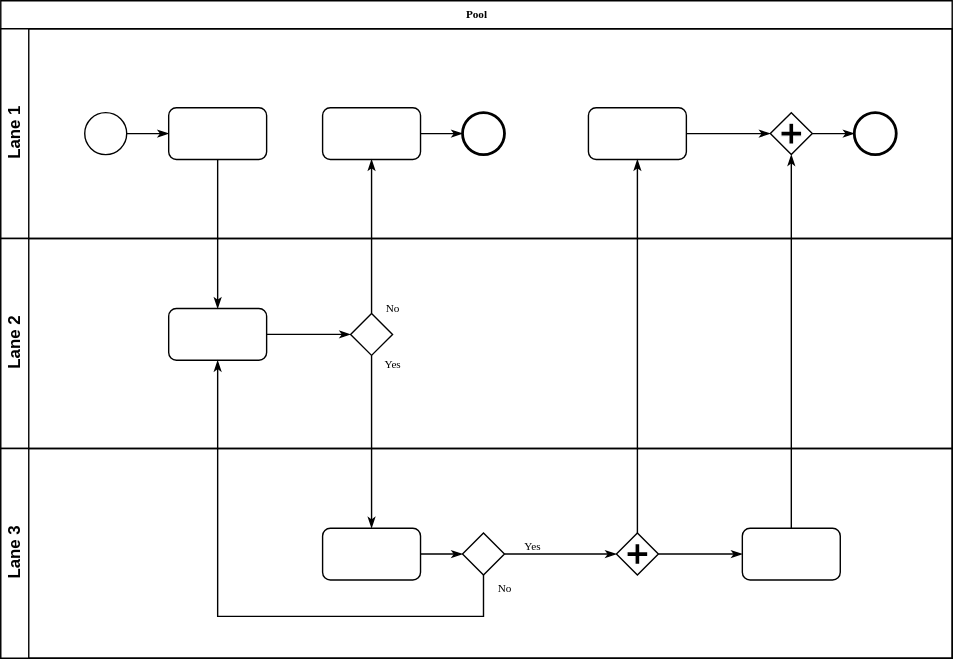
This is chart.drawio.svg from szokrika/chart, a draw.io export, as it was before one commit. Source tidied: cells renumbered, new cells last; positions are measured from the earlier drawing's top-left corner, leaving out a move shared by most shapes. The source it was exported from:
```xml
<mxGraphModel>
  <root>
    <mxCell id="0" />
    <mxCell id="1" parent="0" />
    <mxCell id="2" value="Pool" style="swimlane;html=1;horizontal=1;startSize=20;rounded=0;shadow=0;labelBackgroundColor=none;strokeWidth=1;fontFamily=Verdana;fontSize=8;align=center;" parent="1" vertex="1">
      <mxGeometry width="680" height="470" as="geometry" />
    </mxCell>
    <mxCell id="3" value="Lane 1" style="swimlane;html=1;startSize=20;horizontal=0;" parent="2" vertex="1">
      <mxGeometry y="20" width="680" height="150" as="geometry" />
    </mxCell>
    <mxCell id="4" style="edgeStyle=orthogonalEdgeStyle;rounded=0;html=1;labelBackgroundColor=none;startArrow=none;startFill=0;startSize=5;endArrow=classicThin;endFill=1;endSize=5;jettySize=auto;strokeWidth=1;fontFamily=Verdana;fontSize=8;" parent="3" edge="1" source="5" target="6">
      <mxGeometry relative="1" as="geometry" />
    </mxCell>
    <mxCell id="5" style="ellipse;whiteSpace=wrap;html=1;rounded=0;shadow=0;labelBackgroundColor=none;strokeWidth=1;fontFamily=Verdana;fontSize=8;align=center;" parent="3" vertex="1">
      <mxGeometry x="60" y="60" width="30" height="30" as="geometry" />
    </mxCell>
    <mxCell id="6" style="rounded=1;whiteSpace=wrap;html=1;shadow=0;labelBackgroundColor=none;strokeWidth=1;fontFamily=Verdana;fontSize=8;align=center;" parent="3" vertex="1">
      <mxGeometry x="120" y="56.5" width="70" height="37" as="geometry" />
    </mxCell>
    <mxCell id="7" style="edgeStyle=orthogonalEdgeStyle;rounded=0;html=1;labelBackgroundColor=none;startArrow=none;startFill=0;startSize=5;endArrow=classicThin;endFill=1;endSize=5;jettySize=auto;strokeWidth=1;fontFamily=Verdana;fontSize=8;" parent="3" edge="1" source="8" target="9">
      <mxGeometry relative="1" as="geometry" />
    </mxCell>
    <mxCell id="8" style="rounded=1;whiteSpace=wrap;html=1;shadow=0;labelBackgroundColor=none;strokeWidth=1;fontFamily=Verdana;fontSize=8;align=center;" parent="3" vertex="1">
      <mxGeometry x="230" y="56.5" width="70" height="37" as="geometry" />
    </mxCell>
    <mxCell id="9" style="ellipse;whiteSpace=wrap;html=1;rounded=0;shadow=0;labelBackgroundColor=none;strokeWidth=2;fontFamily=Verdana;fontSize=8;align=center;" parent="3" vertex="1">
      <mxGeometry x="330" y="60" width="30" height="30" as="geometry" />
    </mxCell>
    <mxCell id="10" style="edgeStyle=orthogonalEdgeStyle;rounded=0;html=1;entryX=0;entryY=0.5;labelBackgroundColor=none;startArrow=none;startFill=0;startSize=5;endArrow=classicThin;endFill=1;endSize=5;jettySize=auto;strokeWidth=1;fontFamily=Verdana;fontSize=8;" parent="3" edge="1" source="11" target="13">
      <mxGeometry relative="1" as="geometry" />
    </mxCell>
    <mxCell id="11" style="rounded=1;whiteSpace=wrap;html=1;shadow=0;labelBackgroundColor=none;strokeWidth=1;fontFamily=Verdana;fontSize=8;align=center;" parent="3" vertex="1">
      <mxGeometry x="420" y="56.5" width="70" height="37" as="geometry" />
    </mxCell>
    <mxCell id="12" style="edgeStyle=orthogonalEdgeStyle;rounded=0;html=1;labelBackgroundColor=none;startArrow=none;startFill=0;startSize=5;endArrow=classicThin;endFill=1;endSize=5;jettySize=auto;strokeWidth=1;fontFamily=Verdana;fontSize=8;" parent="3" edge="1" source="13" target="14">
      <mxGeometry relative="1" as="geometry" />
    </mxCell>
    <mxCell id="13" style="shape=mxgraph.bpmn.shape;html=1;verticalLabelPosition=bottom;labelBackgroundColor=#ffffff;verticalAlign=top;perimeter=rhombusPerimeter;background=gateway;outline=none;symbol=parallelGw;rounded=1;shadow=0;strokeWidth=1;fontFamily=Verdana;fontSize=8;align=center;" parent="3" vertex="1">
      <mxGeometry x="550" y="60" width="30" height="30" as="geometry" />
    </mxCell>
    <mxCell id="14" style="ellipse;whiteSpace=wrap;html=1;rounded=0;shadow=0;labelBackgroundColor=none;strokeWidth=2;fontFamily=Verdana;fontSize=8;align=center;" parent="3" vertex="1">
      <mxGeometry x="610" y="60" width="30" height="30" as="geometry" />
    </mxCell>
    <mxCell id="15" value="Lane 2" style="swimlane;html=1;startSize=20;horizontal=0;" parent="2" vertex="1">
      <mxGeometry y="170" width="680" height="150" as="geometry" />
    </mxCell>
    <mxCell id="16" style="edgeStyle=orthogonalEdgeStyle;rounded=0;html=1;labelBackgroundColor=none;startArrow=none;startFill=0;startSize=5;endArrow=classicThin;endFill=1;endSize=5;jettySize=auto;strokeWidth=1;fontFamily=Verdana;fontSize=8;" parent="15" edge="1" source="17" target="18">
      <mxGeometry relative="1" as="geometry" />
    </mxCell>
    <mxCell id="17" style="rounded=1;whiteSpace=wrap;html=1;shadow=0;labelBackgroundColor=none;strokeWidth=1;fontFamily=Verdana;fontSize=8;align=center;" parent="15" vertex="1">
      <mxGeometry x="120" y="50" width="70" height="37" as="geometry" />
    </mxCell>
    <mxCell id="18" style="strokeWidth=1;html=1;shape=mxgraph.flowchart.decision;whiteSpace=wrap;rounded=1;shadow=0;labelBackgroundColor=none;fontFamily=Verdana;fontSize=8;align=center;" parent="15" vertex="1">
      <mxGeometry x="250" y="53.5" width="30" height="30" as="geometry" />
    </mxCell>
    <mxCell id="19" value="Lane 3" style="swimlane;html=1;startSize=20;horizontal=0;" parent="2" vertex="1">
      <mxGeometry y="320" width="680" height="150" as="geometry" />
    </mxCell>
    <mxCell id="20" style="edgeStyle=orthogonalEdgeStyle;rounded=0;html=1;labelBackgroundColor=none;startArrow=none;startFill=0;startSize=5;endArrow=classicThin;endFill=1;endSize=5;jettySize=auto;strokeWidth=1;fontFamily=Verdana;fontSize=8;" parent="19" edge="1" source="21" target="23">
      <mxGeometry relative="1" as="geometry" />
    </mxCell>
    <mxCell id="21" style="rounded=1;whiteSpace=wrap;html=1;shadow=0;labelBackgroundColor=none;strokeWidth=1;fontFamily=Verdana;fontSize=8;align=center;" parent="19" vertex="1">
      <mxGeometry x="230" y="57" width="70" height="37" as="geometry" />
    </mxCell>
    <mxCell id="22" value="Yes" style="edgeStyle=orthogonalEdgeStyle;rounded=0;html=1;entryX=0;entryY=0.5;labelBackgroundColor=none;startArrow=none;startFill=0;startSize=5;endArrow=classicThin;endFill=1;endSize=5;jettySize=auto;strokeWidth=1;fontFamily=Verdana;fontSize=8;" parent="19" edge="1" source="23" target="25">
      <mxGeometry x="-0.5" y="6" relative="1" as="geometry" />
    </mxCell>
    <mxCell id="23" style="strokeWidth=1;html=1;shape=mxgraph.flowchart.decision;whiteSpace=wrap;rounded=1;shadow=0;labelBackgroundColor=none;fontFamily=Verdana;fontSize=8;align=center;" parent="19" vertex="1">
      <mxGeometry x="330" y="60.5" width="30" height="30" as="geometry" />
    </mxCell>
    <mxCell id="24" style="edgeStyle=orthogonalEdgeStyle;rounded=0;html=1;labelBackgroundColor=none;startArrow=none;startFill=0;startSize=5;endArrow=classicThin;endFill=1;endSize=5;jettySize=auto;strokeColor=#000000;strokeWidth=1;fontFamily=Verdana;fontSize=8;fontColor=#000000;" parent="19" edge="1" source="25" target="26">
      <mxGeometry relative="1" as="geometry" />
    </mxCell>
    <mxCell id="25" style="shape=mxgraph.bpmn.shape;html=1;verticalLabelPosition=bottom;labelBackgroundColor=#ffffff;verticalAlign=top;perimeter=rhombusPerimeter;background=gateway;outline=none;symbol=parallelGw;rounded=1;shadow=0;strokeWidth=1;fontFamily=Verdana;fontSize=8;align=center;" parent="19" vertex="1">
      <mxGeometry x="440" y="60.5" width="30" height="30" as="geometry" />
    </mxCell>
    <mxCell id="26" style="rounded=1;whiteSpace=wrap;html=1;shadow=0;labelBackgroundColor=none;strokeWidth=1;fontFamily=Verdana;fontSize=8;align=center;" parent="19" vertex="1">
      <mxGeometry x="530" y="57" width="70" height="37" as="geometry" />
    </mxCell>
    <mxCell id="27" style="edgeStyle=orthogonalEdgeStyle;rounded=0;html=1;labelBackgroundColor=none;startArrow=none;startFill=0;startSize=5;endArrow=classicThin;endFill=1;endSize=5;jettySize=auto;strokeWidth=1;fontFamily=Verdana;fontSize=8;" parent="2" edge="1" source="6" target="17">
      <mxGeometry relative="1" as="geometry" />
    </mxCell>
    <mxCell id="28" value="No" style="edgeStyle=orthogonalEdgeStyle;rounded=0;html=1;labelBackgroundColor=none;startArrow=none;startFill=0;startSize=5;endArrow=classicThin;endFill=1;endSize=5;jettySize=auto;strokeWidth=1;fontFamily=Verdana;fontSize=8;" parent="2" edge="1" source="18" target="8">
      <mxGeometry x="-0.94" y="-15" relative="1" as="geometry" />
    </mxCell>
    <mxCell id="29" value="Yes" style="edgeStyle=orthogonalEdgeStyle;rounded=0;html=1;labelBackgroundColor=none;startArrow=none;startFill=0;startSize=5;endArrow=classicThin;endFill=1;endSize=5;jettySize=auto;strokeWidth=1;fontFamily=Verdana;fontSize=8;" parent="2" edge="1" source="18" target="21">
      <mxGeometry x="-0.89" y="15" relative="1" as="geometry" />
    </mxCell>
    <mxCell id="30" style="edgeStyle=orthogonalEdgeStyle;rounded=0;html=1;entryX=0.5;entryY=1;labelBackgroundColor=none;startArrow=none;startFill=0;startSize=5;endArrow=classicThin;endFill=1;endSize=5;jettySize=auto;strokeWidth=1;fontFamily=Verdana;fontSize=8;" parent="2" edge="1" source="26" target="13">
      <mxGeometry relative="1" as="geometry" />
    </mxCell>
    <mxCell id="31" value="No" style="edgeStyle=orthogonalEdgeStyle;rounded=0;html=1;labelBackgroundColor=none;startArrow=none;startFill=0;startSize=5;endArrow=classicThin;endFill=1;endSize=5;jettySize=auto;strokeWidth=1;fontFamily=Verdana;fontSize=8;" parent="2" edge="1" source="23" target="17">
      <mxGeometry x="-0.95" y="15" relative="1" as="geometry">
        <Array as="points">
          <mxPoint x="345" y="440" />
          <mxPoint x="155" y="440" />
        </Array>
      </mxGeometry>
    </mxCell>
    <mxCell id="32" style="edgeStyle=orthogonalEdgeStyle;rounded=0;html=1;labelBackgroundColor=none;startArrow=none;startFill=0;startSize=5;endArrow=classicThin;endFill=1;endSize=5;jettySize=auto;strokeWidth=1;fontFamily=Verdana;fontSize=8;" parent="2" edge="1" source="25" target="11">
      <mxGeometry relative="1" as="geometry" />
    </mxCell>
  </root>
</mxGraphModel>
```
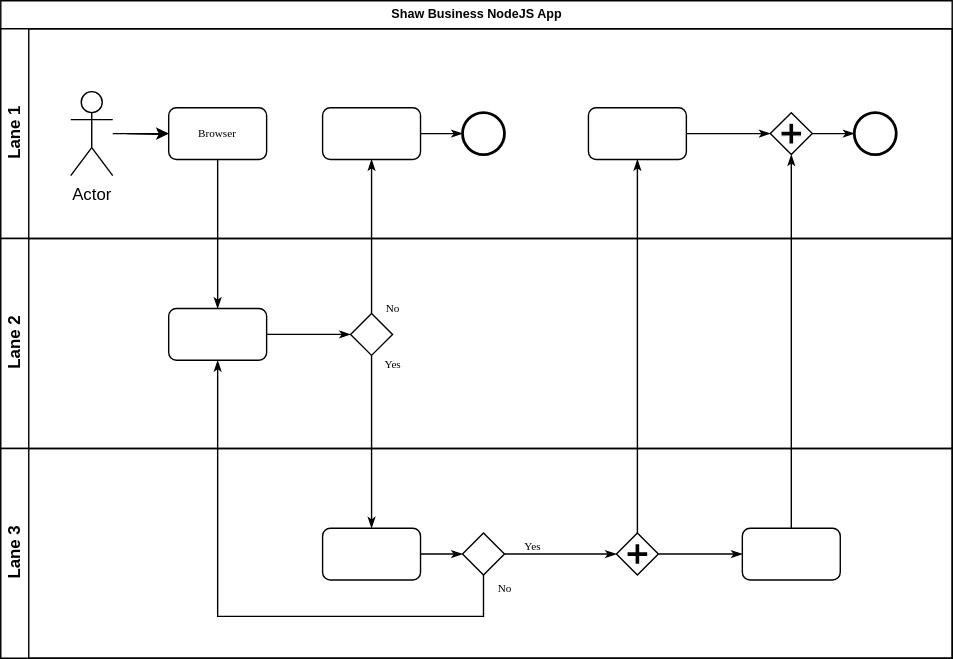
After the change.

The edit, as a diff of the source:
```diff
@@ -2,19 +2,18 @@
   <root>
     <mxCell id="0" />
     <mxCell id="1" parent="0" />
-    <mxCell id="2" value="Pool" style="swimlane;html=1;horizontal=1;startSize=20;rounded=0;shadow=0;labelBackgroundColor=none;strokeWidth=1;fontFamily=Verdana;fontSize=8;align=center;" parent="1" vertex="1">
+    <mxCell id="2" value="&lt;font style=&quot;font-size: 9px;&quot; face=&quot;Helvetica&quot;&gt;Shaw Business NodeJS App&lt;/font&gt;" style="swimlane;html=1;horizontal=1;startSize=20;rounded=0;shadow=0;labelBackgroundColor=none;strokeWidth=1;fontFamily=Verdana;fontSize=8;align=center;" parent="1" vertex="1">
       <mxGeometry width="680" height="470" as="geometry" />
     </mxCell>
     <mxCell id="3" value="Lane 1" style="swimlane;html=1;startSize=20;horizontal=0;" parent="2" vertex="1">
       <mxGeometry y="20" width="680" height="150" as="geometry" />
     </mxCell>
-    <mxCell id="4" style="edgeStyle=orthogonalEdgeStyle;rounded=0;html=1;labelBackgroundColor=none;startArrow=none;startFill=0;startSize=5;endArrow=classicThin;endFill=1;endSize=5;jettySize=auto;strokeWidth=1;fontFamily=Verdana;fontSize=8;" parent="3" edge="1" source="5" target="6">
-      <mxGeometry relative="1" as="geometry" />
+    <mxCell id="4" style="edgeStyle=orthogonalEdgeStyle;rounded=0;html=1;labelBackgroundColor=none;startArrow=none;startFill=0;startSize=5;endArrow=classicThin;endFill=1;endSize=5;jettySize=auto;strokeWidth=1;fontFamily=Verdana;fontSize=8;" parent="3" edge="1" target="6">
+      <mxGeometry relative="1" as="geometry">
+        <mxPoint x="90" y="75" as="sourcePoint" />
+      </mxGeometry>
     </mxCell>
-    <mxCell id="5" style="ellipse;whiteSpace=wrap;html=1;rounded=0;shadow=0;labelBackgroundColor=none;strokeWidth=1;fontFamily=Verdana;fontSize=8;align=center;" parent="3" vertex="1">
-      <mxGeometry x="60" y="60" width="30" height="30" as="geometry" />
-    </mxCell>
-    <mxCell id="6" style="rounded=1;whiteSpace=wrap;html=1;shadow=0;labelBackgroundColor=none;strokeWidth=1;fontFamily=Verdana;fontSize=8;align=center;" parent="3" vertex="1">
+    <mxCell id="6" value="Browser" style="rounded=1;whiteSpace=wrap;html=1;shadow=0;labelBackgroundColor=none;strokeWidth=1;fontFamily=Verdana;fontSize=8;align=center;" parent="3" vertex="1">
       <mxGeometry x="120" y="56.5" width="70" height="37" as="geometry" />
     </mxCell>
     <mxCell id="7" style="edgeStyle=orthogonalEdgeStyle;rounded=0;html=1;labelBackgroundColor=none;startArrow=none;startFill=0;startSize=5;endArrow=classicThin;endFill=1;endSize=5;jettySize=auto;strokeWidth=1;fontFamily=Verdana;fontSize=8;" parent="3" edge="1" source="8" target="9">
@@ -41,6 +40,12 @@
     <mxCell id="14" style="ellipse;whiteSpace=wrap;html=1;rounded=0;shadow=0;labelBackgroundColor=none;strokeWidth=2;fontFamily=Verdana;fontSize=8;align=center;" parent="3" vertex="1">
       <mxGeometry x="610" y="60" width="30" height="30" as="geometry" />
     </mxCell>
+    <mxCell id="33" style="edgeStyle=orthogonalEdgeStyle;rounded=0;jettySize=auto;html=1;" parent="3" edge="1" source="34" target="6">
+      <mxGeometry relative="1" as="geometry" />
+    </mxCell>
+    <mxCell id="34" value="Actor" style="shape=umlActor;verticalLabelPosition=bottom;verticalAlign=top;html=1;outlineConnect=0;" parent="3" vertex="1">
+      <mxGeometry x="50" y="45" width="30" height="60" as="geometry" />
+    </mxCell>
     <mxCell id="15" value="Lane 2" style="swimlane;html=1;startSize=20;horizontal=0;" parent="2" vertex="1">
       <mxGeometry y="170" width="680" height="150" as="geometry" />
     </mxCell>
```
